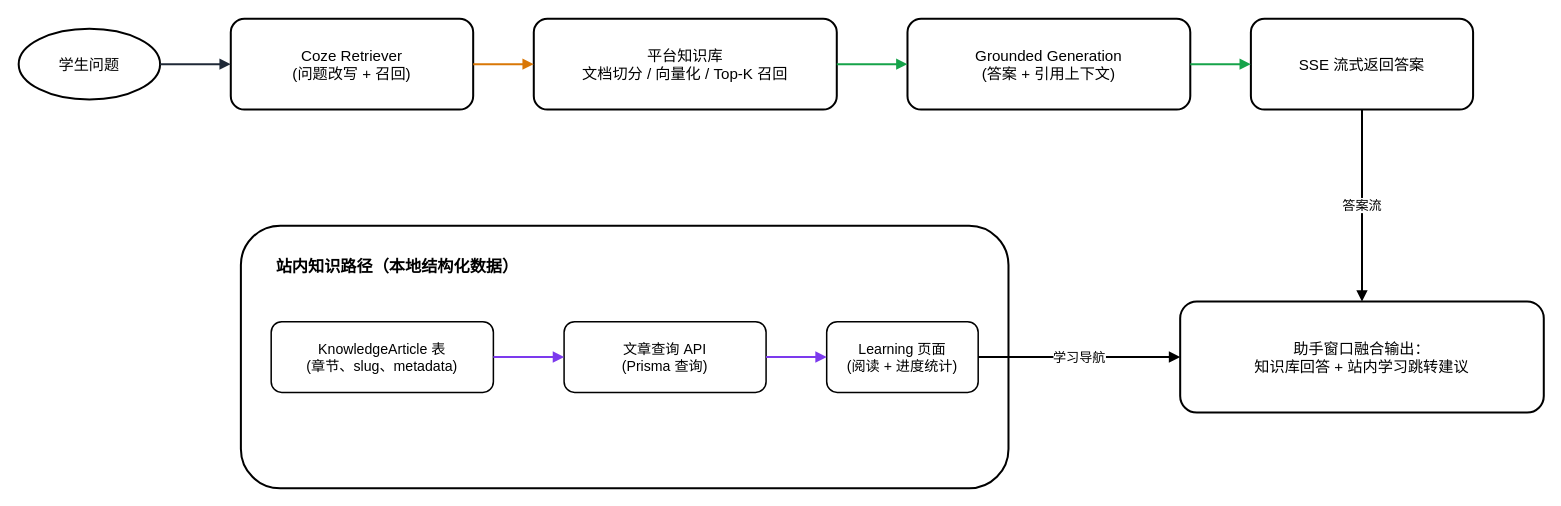
The draw.io diagram figures/ch2-figure-rag-knowledge-flow.drawio in jasonhou317-crypto/MallocMentor, before the edit. Source tidied: cells renumbered, new cells numbered last; positions are measured from the earlier drawing's top-left corner, leaving out a move shared by most shapes. Both pictures are drawn from the tidied source at 101%, with x=0, y=0 at pixel (18, 18).
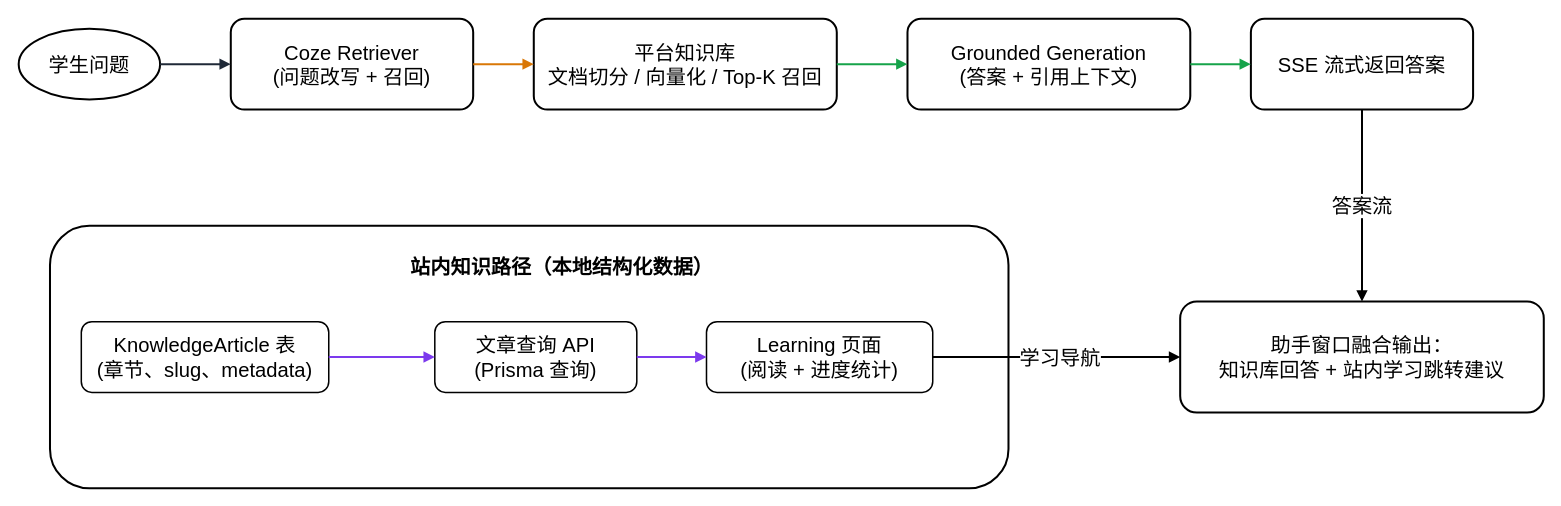
After the change.

Diff of the diagram source:
```diff
@@
-    <mxCell id="2" value="学生问题" style="ellipse;whiteSpace=wrap;html=1;strokeWidth=2;fontSize=15;fontFamily=Noto Sans JP;" parent="1" vertex="1">
+    <mxCell id="2" value="学生问题" style="ellipse;whiteSpace=wrap;html=1;strokeWidth=2;fontSize=20;fontFamily=Noto Sans JP;" parent="1" vertex="1">
       <mxGeometry y="10" width="140" height="70" as="geometry" />
     </mxCell>
-    <mxCell id="3" value="Coze Retriever&lt;div&gt;(问题改写 + 召回)&lt;/div&gt;" style="rounded=1;whiteSpace=wrap;html=1;strokeWidth=2;fontSize=15;fontFamily=Noto Sans JP;" parent="1" vertex="1">
+    <mxCell id="3" value="Coze Retriever&lt;div&gt;(问题改写 + 召回)&lt;/div&gt;" style="rounded=1;whiteSpace=wrap;html=1;strokeWidth=2;fontSize=20;fontFamily=Noto Sans JP;" parent="1" vertex="1">
       <mxGeometry x="210" width="240" height="90" as="geometry" />
     </mxCell>
-    <mxCell id="4" value="平台知识库&lt;div&gt;文档切分 / 向量化 / Top-K 召回&lt;/div&gt;" style="rounded=1;whiteSpace=wrap;html=1;strokeWidth=2;fontSize=15;fontFamily=Noto Sans JP;" parent="1" vertex="1">
+    <mxCell id="4" value="平台知识库&lt;div&gt;文档切分 / 向量化 / Top-K 召回&lt;/div&gt;" style="rounded=1;whiteSpace=wrap;html=1;strokeWidth=2;fontSize=20;fontFamily=Noto Sans JP;" parent="1" vertex="1">
       <mxGeometry x="510" width="300" height="90" as="geometry" />
     </mxCell>
-    <mxCell id="5" value="Grounded Generation&lt;div&gt;(答案 + 引用上下文)&lt;/div&gt;" style="rounded=1;whiteSpace=wrap;html=1;strokeWidth=2;fontSize=15;fontFamily=Noto Sans JP;" parent="1" vertex="1">
+    <mxCell id="5" value="Grounded Generation&lt;div&gt;(答案 + 引用上下文)&lt;/div&gt;" style="rounded=1;whiteSpace=wrap;html=1;strokeWidth=2;fontSize=20;fontFamily=Noto Sans JP;" parent="1" vertex="1">
       <mxGeometry x="880" width="280" height="90" as="geometry" />
     </mxCell>
-    <mxCell id="6" value="SSE 流式返回答案" style="rounded=1;whiteSpace=wrap;html=1;strokeWidth=2;fontSize=15;fontFamily=Noto Sans JP;" parent="1" vertex="1">
+    <mxCell id="6" value="SSE 流式返回答案" style="rounded=1;whiteSpace=wrap;html=1;strokeWidth=2;fontSize=20;fontFamily=Noto Sans JP;" parent="1" vertex="1">
       <mxGeometry x="1220" width="220" height="90" as="geometry" />
     </mxCell>
-    <mxCell id="7" style="rounded=1;whiteSpace=wrap;html=1;strokeWidth=2;fontSize=16;fontStyle=1;fontFamily=Noto Sans JP;align=left;" parent="1" vertex="1">
-      <mxGeometry x="220" y="205" width="760" height="260" as="geometry" />
+    <mxCell id="7" style="rounded=1;whiteSpace=wrap;html=1;strokeWidth=2;fontSize=20;fontStyle=1;fontFamily=Noto Sans JP;align=left;" parent="1" vertex="1">
+      <mxGeometry x="31" y="205" width="949" height="260" as="geometry" />
     </mxCell>
-    <mxCell id="8" value="KnowledgeArticle 表&lt;div&gt;(章节、slug、metadata)&lt;/div&gt;" style="rounded=1;whiteSpace=wrap;html=1;strokeWidth=1.5;fontSize=14;fontFamily=Noto Sans JP;" parent="1" vertex="1">
-      <mxGeometry x="250" y="300" width="220" height="70" as="geometry" />
+    <mxCell id="8" value="KnowledgeArticle 表&lt;div&gt;(章节、slug、metadata)&lt;/div&gt;" style="rounded=1;whiteSpace=wrap;html=1;strokeWidth=1.5;fontSize=20;fontFamily=Noto Sans JP;" parent="1" vertex="1">
+      <mxGeometry x="62" y="300" width="245" height="70" as="geometry" />
     </mxCell>
-    <mxCell id="9" value="文章查询 API&lt;div&gt;(Prisma 查询)&lt;/div&gt;" style="rounded=1;whiteSpace=wrap;html=1;strokeWidth=1.5;fontSize=14;fontFamily=Noto Sans JP;" parent="1" vertex="1">
-      <mxGeometry x="540" y="300" width="200" height="70" as="geometry" />
+    <mxCell id="9" value="文章查询 API&lt;div&gt;(Prisma 查询)&lt;/div&gt;" style="rounded=1;whiteSpace=wrap;html=1;strokeWidth=1.5;fontSize=20;fontFamily=Noto Sans JP;" parent="1" vertex="1">
+      <mxGeometry x="412" y="300" width="200" height="70" as="geometry" />
     </mxCell>
-    <mxCell id="10" value="Learning 页面&lt;div&gt;(阅读 + 进度统计)&lt;/div&gt;" style="rounded=1;whiteSpace=wrap;html=1;strokeWidth=1.5;fontSize=14;fontFamily=Noto Sans JP;" parent="1" vertex="1">
-      <mxGeometry x="800" y="300" width="150" height="70" as="geometry" />
+    <mxCell id="10" value="Learning 页面&lt;div&gt;(阅读 + 进度统计)&lt;/div&gt;" style="rounded=1;whiteSpace=wrap;html=1;strokeWidth=1.5;fontSize=20;fontFamily=Noto Sans JP;" parent="1" vertex="1">
+      <mxGeometry x="681" y="300" width="224" height="70" as="geometry" />
     </mxCell>
-    <mxCell id="11" value="助手窗口融合输出：&lt;div&gt;知识库回答 + 站内学习跳转建议&lt;/div&gt;" style="rounded=1;whiteSpace=wrap;html=1;strokeWidth=2;fontSize=15;fontFamily=Noto Sans JP;" parent="1" vertex="1">
+    <mxCell id="11" value="助手窗口融合输出：&lt;div&gt;知识库回答 + 站内学习跳转建议&lt;/div&gt;" style="rounded=1;whiteSpace=wrap;html=1;strokeWidth=2;fontSize=20;fontFamily=Noto Sans JP;" parent="1" vertex="1">
       <mxGeometry x="1150" y="280" width="360" height="110" as="geometry" />
     </mxCell>
-    <mxCell id="12" style="edgeStyle=orthogonalEdgeStyle;rounded=0;jettySize=auto;html=1;endArrow=block;endFill=1;strokeColor=#1F2937;strokeWidth=2;" parent="1" edge="1" source="2" target="3">
+    <mxCell id="12" style="edgeStyle=orthogonalEdgeStyle;rounded=0;jettySize=auto;html=1;endArrow=block;endFill=1;strokeColor=#1F2937;strokeWidth=2;fontSize=20;" parent="1" edge="1" source="2" target="3">
       <mxGeometry relative="1" as="geometry" />
     </mxCell>
-    <mxCell id="13" style="edgeStyle=orthogonalEdgeStyle;rounded=0;jettySize=auto;html=1;endArrow=block;endFill=1;strokeColor=#D97706;strokeWidth=2;" parent="1" edge="1" source="3" target="4">
+    <mxCell id="13" style="edgeStyle=orthogonalEdgeStyle;rounded=0;jettySize=auto;html=1;endArrow=block;endFill=1;strokeColor=#D97706;strokeWidth=2;fontSize=20;" parent="1" edge="1" source="3" target="4">
       <mxGeometry relative="1" as="geometry" />
     </mxCell>
-    <mxCell id="14" style="edgeStyle=orthogonalEdgeStyle;rounded=0;jettySize=auto;html=1;endArrow=block;endFill=1;strokeColor=#16A34A;strokeWidth=2;" parent="1" edge="1" source="4" target="5">
+    <mxCell id="14" style="edgeStyle=orthogonalEdgeStyle;rounded=0;jettySize=auto;html=1;endArrow=block;endFill=1;strokeColor=#16A34A;strokeWidth=2;fontSize=20;" parent="1" edge="1" source="4" target="5">
       <mxGeometry relative="1" as="geometry" />
     </mxCell>
-    <mxCell id="15" style="edgeStyle=orthogonalEdgeStyle;rounded=0;jettySize=auto;html=1;endArrow=block;endFill=1;strokeColor=#16A34A;strokeWidth=2;" parent="1" edge="1" source="5" target="6">
+    <mxCell id="15" style="edgeStyle=orthogonalEdgeStyle;rounded=0;jettySize=auto;html=1;endArrow=block;endFill=1;strokeColor=#16A34A;strokeWidth=2;fontSize=20;" parent="1" edge="1" source="5" target="6">
       <mxGeometry relative="1" as="geometry" />
     </mxCell>
-    <mxCell id="16" style="edgeStyle=orthogonalEdgeStyle;rounded=0;jettySize=auto;html=1;endArrow=block;endFill=1;strokeColor=#7C3AED;strokeWidth=2;" parent="1" edge="1" source="8" target="9">
+    <mxCell id="16" style="edgeStyle=orthogonalEdgeStyle;rounded=0;jettySize=auto;html=1;endArrow=block;endFill=1;strokeColor=#7C3AED;strokeWidth=2;fontSize=20;" parent="1" edge="1" source="8" target="9">
       <mxGeometry relative="1" as="geometry" />
     </mxCell>
-    <mxCell id="17" style="edgeStyle=orthogonalEdgeStyle;rounded=0;jettySize=auto;html=1;endArrow=block;endFill=1;strokeColor=#7C3AED;strokeWidth=2;" parent="1" edge="1" source="9" target="10">
+    <mxCell id="17" style="edgeStyle=orthogonalEdgeStyle;rounded=0;jettySize=auto;html=1;endArrow=block;endFill=1;strokeColor=#7C3AED;strokeWidth=2;fontSize=20;" parent="1" edge="1" source="9" target="10">
       <mxGeometry relative="1" as="geometry" />
     </mxCell>
-    <mxCell id="18" value="答案流" style="edgeStyle=orthogonalEdgeStyle;rounded=0;jettySize=auto;html=1;endArrow=block;endFill=1;strokeWidth=2;fontSize=13;fontFamily=Noto Sans JP;" parent="1" edge="1" source="6" target="11">
+    <mxCell id="18" value="答案流" style="edgeStyle=orthogonalEdgeStyle;rounded=0;jettySize=auto;html=1;endArrow=block;endFill=1;strokeWidth=2;fontSize=20;fontFamily=Noto Sans JP;" parent="1" edge="1" source="6" target="11">
       <mxGeometry relative="1" as="geometry" />
     </mxCell>
-    <mxCell id="19" value="学习导航" style="edgeStyle=orthogonalEdgeStyle;rounded=0;jettySize=auto;html=1;endArrow=block;endFill=1;strokeWidth=2;fontSize=13;fontFamily=Noto Sans JP;" parent="1" edge="1" source="10" target="11">
-      <mxGeometry relative="1" as="geometry" />
+    <mxCell id="19" value="学习导航" style="edgeStyle=orthogonalEdgeStyle;rounded=0;jettySize=auto;html=1;endArrow=block;endFill=1;strokeWidth=2;fontSize=20;fontFamily=Noto Sans JP;" parent="1" edge="1" source="10" target="11">
+      <mxGeometry x="0.04" relative="1" as="geometry">
+        <mxPoint x="-1" as="offset" />
+      </mxGeometry>
     </mxCell>
-    <mxCell id="20" value="&lt;span style=&quot;font-family: &amp;quot;Noto Sans JP&amp;quot;; font-size: 16px; font-weight: 700; text-align: left;&quot;&gt;站内知识路径（本地结构化数据）&lt;/span&gt;" style="text;html=1;whiteSpace=wrap;strokeColor=none;fillColor=none;align=center;verticalAlign=middle;rounded=0;" parent="1" vertex="1">
-      <mxGeometry x="250" y="230" width="250" height="30" as="geometry" />
+    <mxCell id="20" value="&lt;span style=&quot;font-family: &amp;quot;Noto Sans JP&amp;quot;; font-weight: 700; text-align: left;&quot;&gt;站内知识路径（本地结构化数据）&lt;/span&gt;" style="text;html=1;whiteSpace=wrap;strokeColor=none;fillColor=none;align=center;verticalAlign=middle;rounded=0;fontSize=20;" parent="1" vertex="1">
+      <mxGeometry x="387" y="230" width="301" height="30" as="geometry" />
     </mxCell>
```
